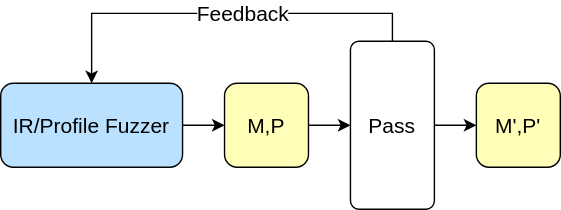
Before: public/images/greybox/greybox.svg, a diagram exported from draw.io (zBION1C/phd_presentation). Source tidied: cells renumbered, new cells last; positions are measured from the earlier drawing's top-left corner, leaving out a move shared by most shapes.
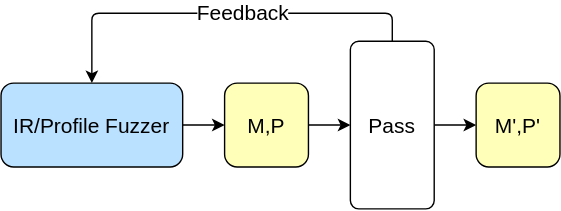
After the commit.

Commit message:
Partial integration of feedback

Change to the diagram source:
```diff
@@ -17,10 +17,10 @@
     <mxCell id="6" style="edgeStyle=orthogonalEdgeStyle;rounded=0;jettySize=auto;html=1;fontSize=15;" parent="1" edge="1" source="9" target="10">
       <mxGeometry relative="1" as="geometry" />
     </mxCell>
-    <mxCell id="7" style="edgeStyle=orthogonalEdgeStyle;rounded=0;jettySize=auto;html=1;exitX=0.5;exitY=0;exitDx=0;exitDy=0;entryX=0.5;entryY=0;entryDx=0;entryDy=0;fontSize=15;" parent="1" edge="1" source="9" target="5">
+    <mxCell id="7" style="edgeStyle=orthogonalEdgeStyle;rounded=1;jettySize=auto;html=1;exitX=0.5;exitY=0;exitDx=0;exitDy=0;entryX=0.5;entryY=0;entryDx=0;entryDy=0;fontSize=15;strokeColor=default;align=center;verticalAlign=middle;arcSize=10;fontFamily=Helvetica;fontColor=default;fillColor=default;" parent="1" edge="1" source="9" target="5">
       <mxGeometry relative="1" as="geometry" />
     </mxCell>
-    <mxCell id="8" value="Feedback" style="edgeLabel;html=1;align=center;verticalAlign=middle;fontSize=15;" parent="7" vertex="1">
+    <mxCell id="8" value="Feedback" style="edgeLabel;html=1;align=center;verticalAlign=middle;fontSize=15;rounded=1;strokeColor=default;arcSize=10;fontFamily=Helvetica;fontColor=default;fillColor=default;" parent="7" vertex="1">
       <mxGeometry x="-0.01" y="-2" relative="1" as="geometry">
         <mxPoint x="14" y="1" as="offset" />
       </mxGeometry>
```
